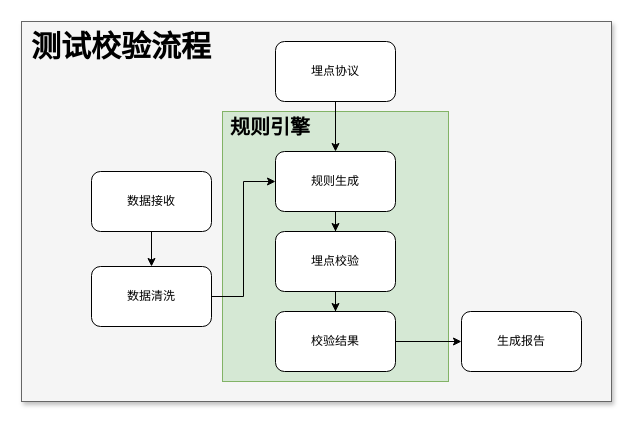
This is 数据采集中心-测试校验模块.drawio from shaozc3g/draw_io, a draw.io file, before an edit. Source tidied: cells renumbered, new cells numbered last; positions are measured from the earlier drawing's top-left corner, leaving out a move shared by most shapes. Both pictures are drawn from the tidied source at 100%, with x=0, y=0 at pixel (21, 21).
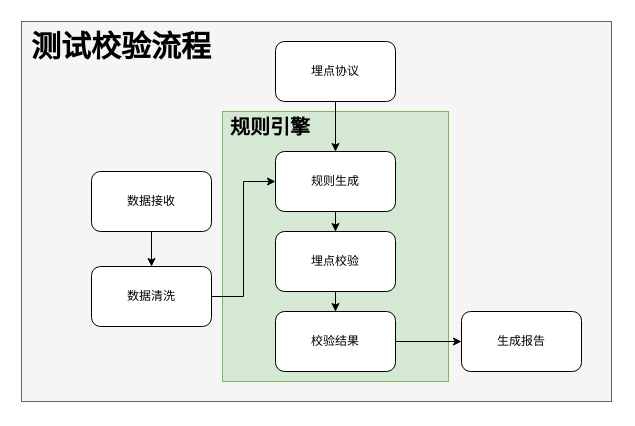
The same diagram, later.

Commit message:
更新数据采集中心-测试校验模块.drawio

What changed in the source:
```diff
@@
 <mxGraphModel>
   <root>
     <mxCell id="0" />
     <mxCell id="1" parent="0" />
-    <mxCell id="2" style="rounded=0;whiteSpace=wrap;html=1;shadow=1;fillColor=#f5f5f5;strokeColor=#666666;fontColor=#333333;" parent="1" vertex="1">
+    <mxCell id="2" style="rounded=0;whiteSpace=wrap;html=1;shadow=0;fillColor=#f5f5f5;strokeColor=#666666;fontColor=#333333;" parent="1" vertex="1">
       <mxGeometry width="590" height="380" as="geometry" />
     </mxCell>
     <mxCell id="3" style="rounded=0;whiteSpace=wrap;html=1;fillColor=#d5e8d4;strokeColor=#82b366;" parent="1" vertex="1">
       <mxGeometry x="201" y="90" width="226" height="270" as="geometry" />
     </mxCell>
     <mxCell id="4" style="edgeStyle=orthogonalEdgeStyle;rounded=0;jettySize=auto;html=1;exitX=0.5;exitY=1;exitDx=0;exitDy=0;" parent="1" edge="1" source="5" target="7">
       <mxGeometry relative="1" as="geometry" />
     </mxCell>
     <mxCell id="5" value="数据接收" style="rounded=1;whiteSpace=wrap;html=1;" parent="1" vertex="1">
       <mxGeometry x="70" y="150" width="120" height="60" as="geometry" />
     </mxCell>
     <mxCell id="6" style="edgeStyle=orthogonalEdgeStyle;rounded=0;jettySize=auto;html=1;entryX=0;entryY=0.5;entryDx=0;entryDy=0;" parent="1" edge="1" source="7" target="11">
       <mxGeometry relative="1" as="geometry" />
     </mxCell>
     <mxCell id="7" value="数据清洗" style="rounded=1;whiteSpace=wrap;html=1;" parent="1" vertex="1">
       <mxGeometry x="70" y="245" width="120" height="60" as="geometry" />
     </mxCell>
     <mxCell id="8" style="edgeStyle=orthogonalEdgeStyle;rounded=0;jettySize=auto;html=1;exitX=0.5;exitY=1;exitDx=0;exitDy=0;" parent="1" edge="1" source="9" target="11">
       <mxGeometry relative="1" as="geometry" />
     </mxCell>
     <mxCell id="9" value="埋点协议" style="rounded=1;whiteSpace=wrap;html=1;" parent="1" vertex="1">
       <mxGeometry x="254" y="20" width="120" height="60" as="geometry" />
     </mxCell>
     <mxCell id="10" style="edgeStyle=orthogonalEdgeStyle;rounded=0;jettySize=auto;html=1;exitX=0.5;exitY=1;exitDx=0;exitDy=0;" parent="1" edge="1" source="11" target="13">
       <mxGeometry relative="1" as="geometry" />
     </mxCell>
     <mxCell id="11" value="规则生成" style="rounded=1;whiteSpace=wrap;html=1;" parent="1" vertex="1">
       <mxGeometry x="254" y="130" width="120" height="60" as="geometry" />
     </mxCell>
     <mxCell id="12" style="edgeStyle=orthogonalEdgeStyle;rounded=0;jettySize=auto;html=1;exitX=0.5;exitY=1;exitDx=0;exitDy=0;" parent="1" edge="1" source="13" target="15">
       <mxGeometry relative="1" as="geometry" />
     </mxCell>
     <mxCell id="13" value="埋点校验" style="rounded=1;whiteSpace=wrap;html=1;" parent="1" vertex="1">
       <mxGeometry x="254" y="210" width="120" height="60" as="geometry" />
     </mxCell>
     <mxCell id="14" style="edgeStyle=orthogonalEdgeStyle;rounded=0;jettySize=auto;html=1;exitX=1;exitY=0.5;exitDx=0;exitDy=0;entryX=0;entryY=0.5;entryDx=0;entryDy=0;" parent="1" edge="1" source="15" target="16">
       <mxGeometry relative="1" as="geometry" />
     </mxCell>
     <mxCell id="15" value="校验结果" style="rounded=1;whiteSpace=wrap;html=1;" parent="1" vertex="1">
       <mxGeometry x="254" y="290" width="120" height="60" as="geometry" />
     </mxCell>
     <mxCell id="16" value="生成报告" style="rounded=1;whiteSpace=wrap;html=1;" parent="1" vertex="1">
       <mxGeometry x="440" y="290" width="120" height="60" as="geometry" />
     </mxCell>
     <mxCell id="17" value="规则引擎" style="text;html=1;strokeColor=none;fillColor=none;align=center;verticalAlign=middle;whiteSpace=wrap;rounded=0;fontStyle=1;fontSize=20;" parent="1" vertex="1">
       <mxGeometry x="201" y="90" width="96" height="30" as="geometry" />
     </mxCell>
     <mxCell id="18" value="测试校验流程" style="text;html=1;strokeColor=none;fillColor=none;align=center;verticalAlign=middle;whiteSpace=wrap;rounded=0;fontSize=30;fontStyle=1;" parent="1" vertex="1">
       <mxGeometry width="200" height="50" as="geometry" />
     </mxCell>
   </root>
 </mxGraphModel>
```
